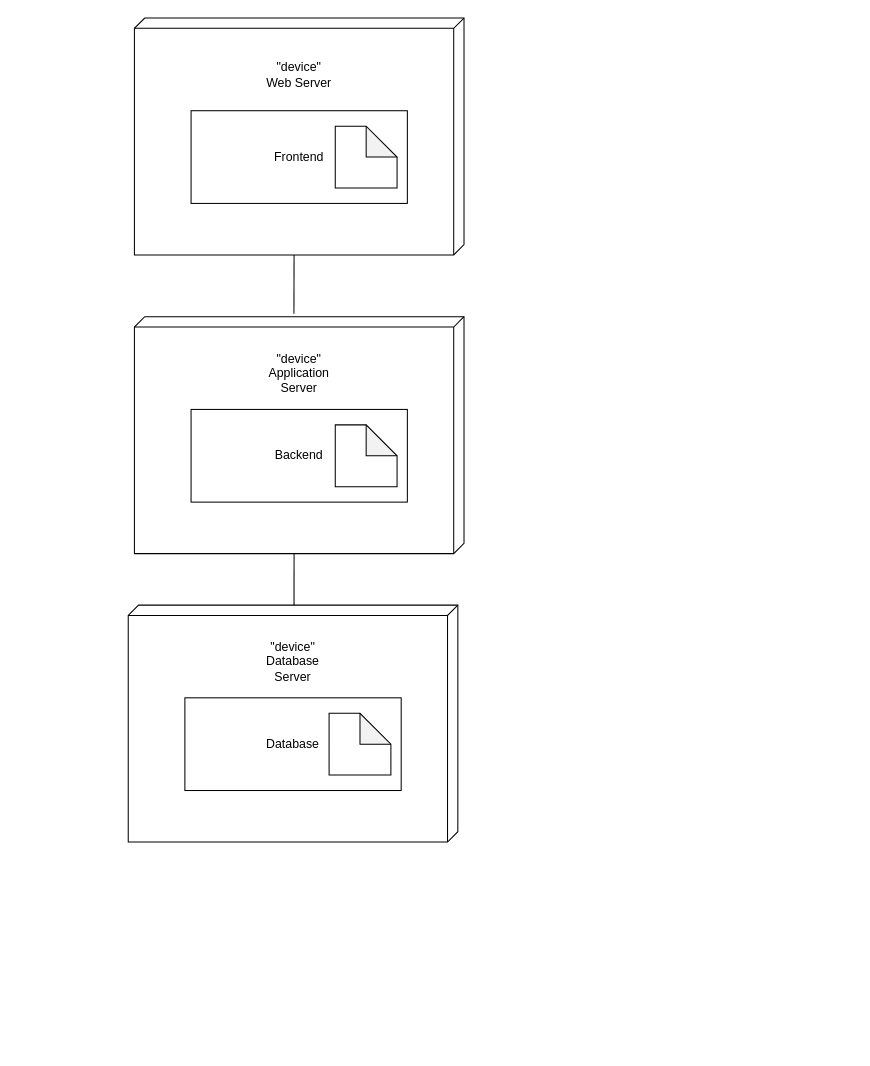
Earlier version of the draw.io diagram Lab4/Диаграмма развёртывания.drawio (MyRepitter/UML-farm-produce-sales-app). Source tidied: cells renumbered, new cells numbered last; positions are measured from the earlier drawing's top-left corner, leaving out a move shared by most shapes. Both pictures are drawn from the tidied source at 103%, with x=0, y=0 at pixel (128, 18).
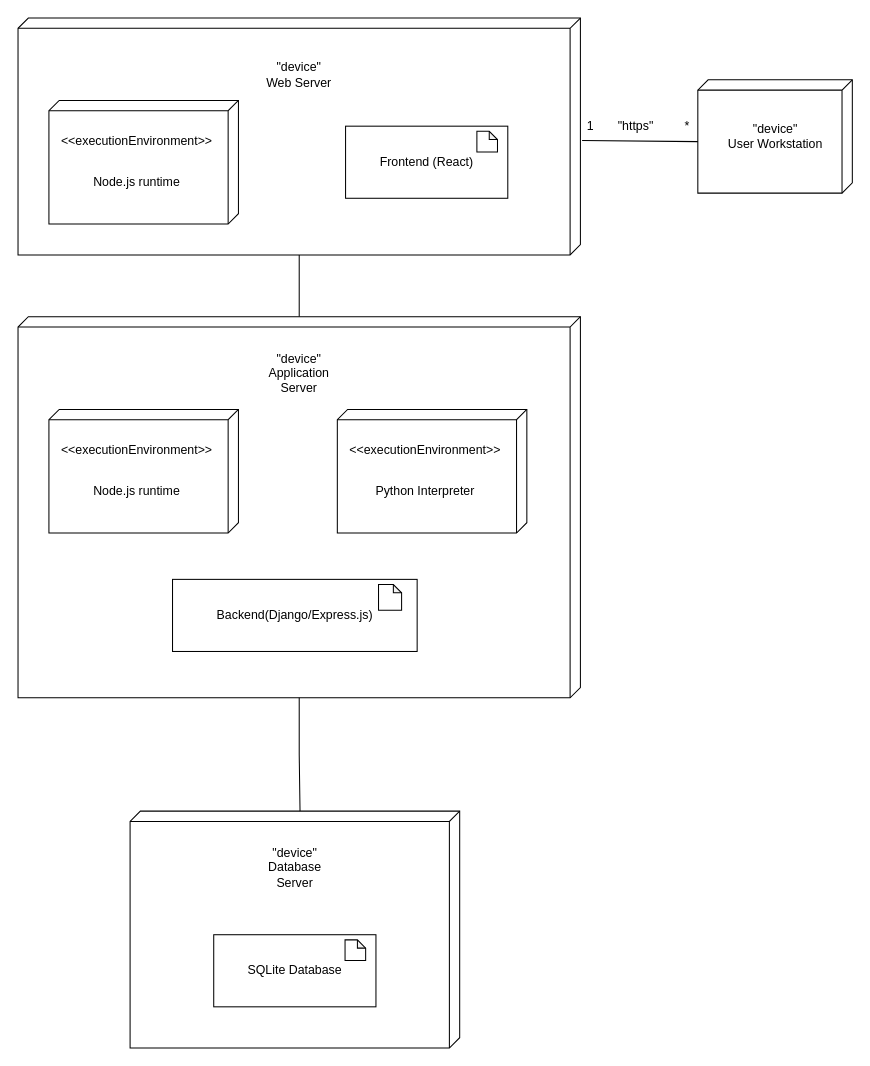
The same page after the edit.

Diff of the diagram source:
```diff
@@
-    <mxCell id="2" style="verticalAlign=top;align=left;spacingTop=8;spacingLeft=2;spacingRight=12;shape=cube;size=10;direction=south;fontStyle=4;html=1;whiteSpace=wrap;" parent="1" vertex="1">
-      <mxGeometry x="6" width="320" height="230" as="geometry" />
-    </mxCell>
+    <mxCell id="16" style="verticalAlign=top;align=left;spacingTop=8;spacingLeft=2;spacingRight=12;shape=cube;size=10;direction=south;fontStyle=4;html=1;whiteSpace=wrap;" parent="1" vertex="1">
+      <mxGeometry x="-107" width="546" height="230" as="geometry" />
+    </mxCell>
@@
-    <mxCell id="4" value="Frontend" style="rounded=0;whiteSpace=wrap;html=1;" parent="1" vertex="1">
-      <mxGeometry x="61" y="90" width="210" height="90" as="geometry" />
-    </mxCell>
-    <mxCell id="5" style="shape=note;whiteSpace=wrap;html=1;backgroundOutline=1;darkOpacity=0.05;" parent="1" vertex="1">
-      <mxGeometry x="201" y="105" width="60" height="60" as="geometry" />
-    </mxCell>
-    <mxCell id="6" style="verticalAlign=top;align=left;spacingTop=8;spacingLeft=2;spacingRight=12;shape=cube;size=10;direction=south;fontStyle=4;html=1;whiteSpace=wrap;" parent="1" vertex="1">
-      <mxGeometry x="6" y="290" width="320" height="230" as="geometry" />
-    </mxCell>
+    <mxCell id="17" style="edgeStyle=orthogonalEdgeStyle;rounded=0;jettySize=auto;html=1;endArrow=none;endFill=0;" parent="1" edge="1" source="18" target="16">
+      <mxGeometry relative="1" as="geometry" />
+    </mxCell>
+    <mxCell id="18" style="verticalAlign=top;align=left;spacingTop=8;spacingLeft=2;spacingRight=12;shape=cube;size=10;direction=south;fontStyle=4;html=1;whiteSpace=wrap;" parent="1" vertex="1">
+      <mxGeometry x="-107" y="290" width="546" height="370" as="geometry" />
+    </mxCell>
@@
-    <mxCell id="8" value="Backend" style="rounded=0;whiteSpace=wrap;html=1;" parent="1" vertex="1">
-      <mxGeometry x="61" y="380" width="210" height="90" as="geometry" />
-    </mxCell>
-    <mxCell id="9" style="shape=note;whiteSpace=wrap;html=1;backgroundOutline=1;darkOpacity=0.05;" parent="1" vertex="1">
-      <mxGeometry x="201" y="395" width="60" height="60" as="geometry" />
-    </mxCell>
-    <mxCell id="10" style="verticalAlign=top;align=left;spacingTop=8;spacingLeft=2;spacingRight=12;shape=cube;size=10;direction=south;fontStyle=4;html=1;whiteSpace=wrap;" parent="1" vertex="1">
-      <mxGeometry y="570" width="320" height="230" as="geometry" />
-    </mxCell>
+    <mxCell id="19" style="verticalAlign=top;align=left;spacingTop=8;spacingLeft=2;spacingRight=12;shape=cube;size=10;direction=south;fontStyle=4;html=1;whiteSpace=wrap;" parent="1" vertex="1">
+      <mxGeometry x="553" y="60" width="150" height="110" as="geometry" />
+    </mxCell>
+    <mxCell id="20" value="&quot;device&quot;&lt;br&gt;User Workstation" style="text;html=1;align=center;verticalAlign=middle;whiteSpace=wrap;rounded=0;" parent="1" vertex="1">
+      <mxGeometry x="580.5" y="90" width="95" height="50" as="geometry" />
+    </mxCell>
+    <mxCell id="21" style="endArrow=none;html=1;rounded=0;entryX=0;entryY=0;entryDx=60;entryDy=150;entryPerimeter=0;exitX=0.517;exitY=-0.003;exitDx=0;exitDy=0;exitPerimeter=0;" parent="1" edge="1" source="16" target="19">
+      <mxGeometry relative="1" as="geometry" />
+    </mxCell>
+    <mxCell id="22" value="1" style="text;html=1;align=center;verticalAlign=middle;whiteSpace=wrap;rounded=0;" parent="1" vertex="1">
+      <mxGeometry x="439" y="90" width="20" height="30" as="geometry" />
+    </mxCell>
+    <mxCell id="23" value="*" style="text;html=1;align=center;verticalAlign=middle;whiteSpace=wrap;rounded=0;" parent="1" vertex="1">
+      <mxGeometry x="533" y="90" width="20" height="30" as="geometry" />
+    </mxCell>
+    <mxCell id="24" value="&quot;https&quot;" style="text;html=1;align=center;verticalAlign=middle;whiteSpace=wrap;rounded=0;" parent="1" vertex="1">
+      <mxGeometry x="463" y="90" width="60" height="30" as="geometry" />
+    </mxCell>
+    <mxCell id="25" style="group;" parent="1" vertex="1">
+      <mxGeometry x="211" y="105" width="157.5" height="70" as="geometry" />
+    </mxCell>
+    <mxCell id="26" value="Frontend (React)" style="rounded=0;whiteSpace=wrap;html=1;" parent="25" vertex="1">
+      <mxGeometry width="157.5" height="70" as="geometry" />
+    </mxCell>
+    <mxCell id="27" style="shape=note;whiteSpace=wrap;html=1;backgroundOutline=1;darkOpacity=0.05;size=8;" parent="25" vertex="1">
+      <mxGeometry x="127.5" y="5" width="20" height="20" as="geometry" />
+    </mxCell>
+    <mxCell id="28" style="group;" parent="1" vertex="1">
+      <mxGeometry x="-77" y="80" width="184" height="120" as="geometry" />
+    </mxCell>
+    <mxCell id="29" style="verticalAlign=top;align=left;spacingTop=8;spacingLeft=2;spacingRight=12;shape=cube;size=10;direction=south;fontStyle=4;html=1;whiteSpace=wrap;" parent="28" vertex="1">
+      <mxGeometry width="184" height="120" as="geometry" />
+    </mxCell>
+    <mxCell id="30" value="&amp;lt;&amp;lt;executionEnvironment&amp;gt;&amp;gt;" style="text;html=1;align=center;verticalAlign=middle;strokeColor=none;fillColor=none;" parent="28" vertex="1">
+      <mxGeometry y="25" width="170" height="30" as="geometry" />
+    </mxCell>
+    <mxCell id="31" value="Node.js runtime" style="text;html=1;align=center;verticalAlign=middle;strokeColor=none;fillColor=none;" parent="28" vertex="1">
+      <mxGeometry x="30" y="65" width="110" height="30" as="geometry" />
+    </mxCell>
+    <mxCell id="32" style="group;" parent="1" vertex="1">
+      <mxGeometry x="-77" y="380" width="184" height="120" as="geometry" />
+    </mxCell>
+    <mxCell id="33" style="verticalAlign=top;align=left;spacingTop=8;spacingLeft=2;spacingRight=12;shape=cube;size=10;direction=south;fontStyle=4;html=1;whiteSpace=wrap;" parent="32" vertex="1">
+      <mxGeometry width="184" height="120" as="geometry" />
+    </mxCell>
+    <mxCell id="34" value="&amp;lt;&amp;lt;executionEnvironment&amp;gt;&amp;gt;" style="text;html=1;align=center;verticalAlign=middle;strokeColor=none;fillColor=none;" parent="32" vertex="1">
+      <mxGeometry y="25" width="170" height="30" as="geometry" />
+    </mxCell>
+    <mxCell id="35" value="Node.js runtime" style="text;html=1;align=center;verticalAlign=middle;strokeColor=none;fillColor=none;" parent="32" vertex="1">
+      <mxGeometry x="30" y="65" width="110" height="30" as="geometry" />
+    </mxCell>
+    <mxCell id="36" style="group;" parent="1" vertex="1">
+      <mxGeometry x="203" y="380" width="184" height="120" as="geometry" />
+    </mxCell>
+    <mxCell id="37" style="verticalAlign=top;align=left;spacingTop=8;spacingLeft=2;spacingRight=12;shape=cube;size=10;direction=south;fontStyle=4;html=1;whiteSpace=wrap;" parent="36" vertex="1">
+      <mxGeometry width="184" height="120" as="geometry" />
+    </mxCell>
+    <mxCell id="38" value="&amp;lt;&amp;lt;executionEnvironment&amp;gt;&amp;gt;" style="text;html=1;align=center;verticalAlign=middle;strokeColor=none;fillColor=none;" parent="36" vertex="1">
+      <mxGeometry y="25" width="170" height="30" as="geometry" />
+    </mxCell>
+    <mxCell id="39" value="Python Interpreter" style="text;html=1;align=center;verticalAlign=middle;strokeColor=none;fillColor=none;" parent="36" vertex="1">
+      <mxGeometry x="25" y="65" width="120" height="30" as="geometry" />
+    </mxCell>
+    <mxCell id="40" style="group;" parent="1" vertex="1">
+      <mxGeometry x="1.8" y="770" width="320" height="230" as="geometry" />
+    </mxCell>
+    <mxCell id="41" style="verticalAlign=top;align=left;spacingTop=8;spacingLeft=2;spacingRight=12;shape=cube;size=10;direction=south;fontStyle=4;html=1;whiteSpace=wrap;" parent="40" vertex="1">
+      <mxGeometry width="320" height="230" as="geometry" />
+    </mxCell>
-    <mxCell id="11" value="&quot;device&quot;&lt;br&gt;Database Server" style="text;html=1;align=center;verticalAlign=middle;whiteSpace=wrap;rounded=0;" parent="1" vertex="1">
-      <mxGeometry x="115" y="600" width="90" height="50" as="geometry" />
+    <mxCell id="11" value="&quot;device&quot;&lt;br&gt;Database Server" style="text;html=1;align=center;verticalAlign=middle;whiteSpace=wrap;rounded=0;" parent="40" vertex="1">
+      <mxGeometry x="115" y="30" width="90" height="50" as="geometry" />
     </mxCell>
-    <mxCell id="12" value="Database" style="rounded=0;whiteSpace=wrap;html=1;" parent="1" vertex="1">
-      <mxGeometry x="55" y="660" width="210" height="90" as="geometry" />
-    </mxCell>
-    <mxCell id="13" style="shape=note;whiteSpace=wrap;html=1;backgroundOutline=1;darkOpacity=0.05;" parent="1" vertex="1">
-      <mxGeometry x="195" y="675" width="60" height="60" as="geometry" />
-    </mxCell>
-    <mxCell id="14" style="endArrow=none;html=1;rounded=0;exitX=0;exitY=0;exitDx=230;exitDy=165;exitPerimeter=0;entryX=-0.013;entryY=0.516;entryDx=0;entryDy=0;entryPerimeter=0;" parent="1" edge="1" source="2" target="6">
-      <mxGeometry relative="1" as="geometry" />
-    </mxCell>
-    <mxCell id="15" style="endArrow=none;html=1;rounded=0;entryX=0;entryY=0;entryDx=230;entryDy=165;entryPerimeter=0;exitX=0;exitY=0.497;exitDx=0;exitDy=0;exitPerimeter=0;" parent="1" edge="1" source="10" target="6">
-      <mxGeometry relative="1" as="geometry" />
-    </mxCell>
+    <mxCell id="42" style="group;" parent="40" vertex="1">
+      <mxGeometry x="81.2" y="120" width="157.5" height="70" as="geometry" />
+    </mxCell>
+    <mxCell id="43" value="SQLite Database" style="rounded=0;whiteSpace=wrap;html=1;" parent="42" vertex="1">
+      <mxGeometry width="157.5" height="70" as="geometry" />
+    </mxCell>
+    <mxCell id="44" style="shape=note;whiteSpace=wrap;html=1;backgroundOutline=1;darkOpacity=0.05;size=8;" parent="42" vertex="1">
+      <mxGeometry x="127.5" y="5" width="20" height="20" as="geometry" />
+    </mxCell>
+    <mxCell id="45" style="group;" parent="1" vertex="1">
+      <mxGeometry x="43" y="545" width="237.5" height="70" as="geometry" />
+    </mxCell>
+    <mxCell id="46" value="Backend(Django/Express.js)" style="rounded=0;whiteSpace=wrap;html=1;" parent="45" vertex="1">
+      <mxGeometry width="237.5" height="70" as="geometry" />
+    </mxCell>
+    <mxCell id="47" style="shape=note;whiteSpace=wrap;html=1;backgroundOutline=1;darkOpacity=0.05;size=8;" parent="45" vertex="1">
+      <mxGeometry x="200" y="5" width="22.4" height="25" as="geometry" />
+    </mxCell>
+    <mxCell id="48" style="edgeStyle=orthogonalEdgeStyle;rounded=0;jettySize=auto;html=1;entryX=0;entryY=0;entryDx=0;entryDy=155;entryPerimeter=0;endArrow=none;endFill=0;" parent="1" edge="1" source="18" target="41">
+      <mxGeometry relative="1" as="geometry" />
+    </mxCell>
```
